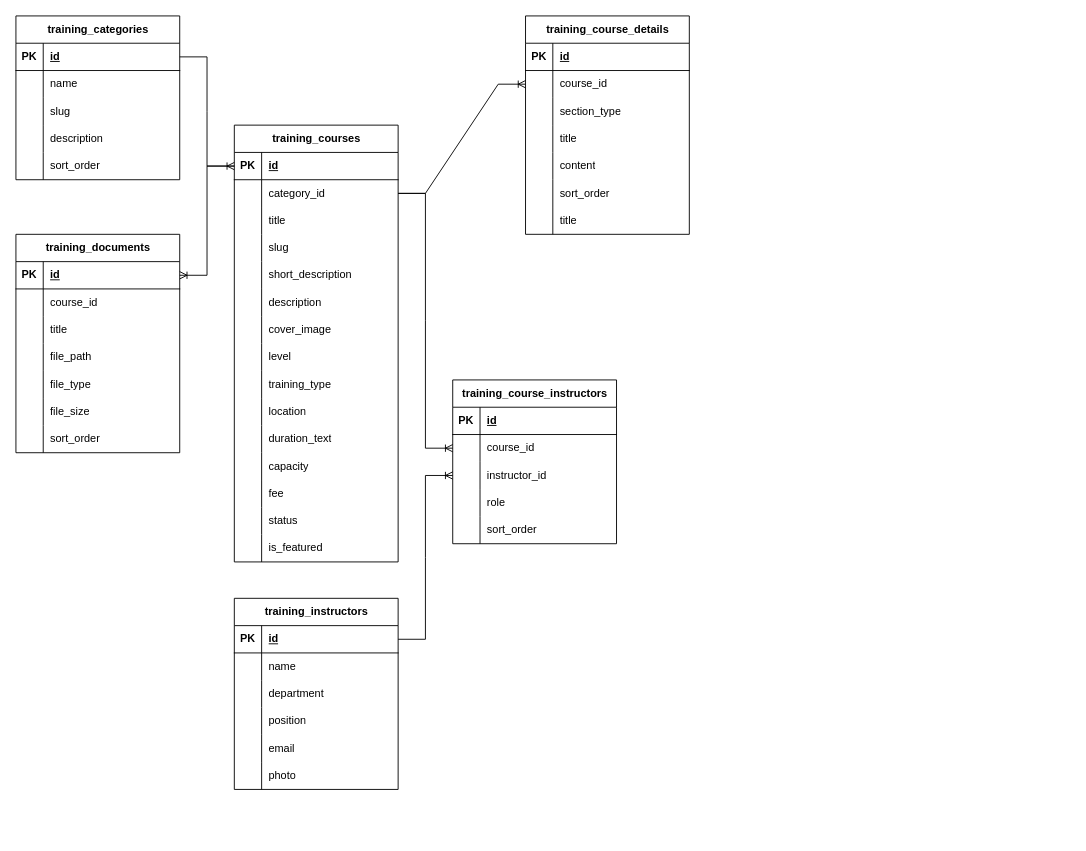
amnatkaeophupha/training.sci.aru.ac.th keeps this draw.io diagram as Diagram.drawio. Above is the earlier version. Source tidied: cells renumbered, new cells numbered last; positions are measured from the earlier drawing's top-left corner, leaving out a move shared by most shapes. Both pictures are drawn from the tidied source at 91%, with x=0, y=0 at pixel (15, 15).
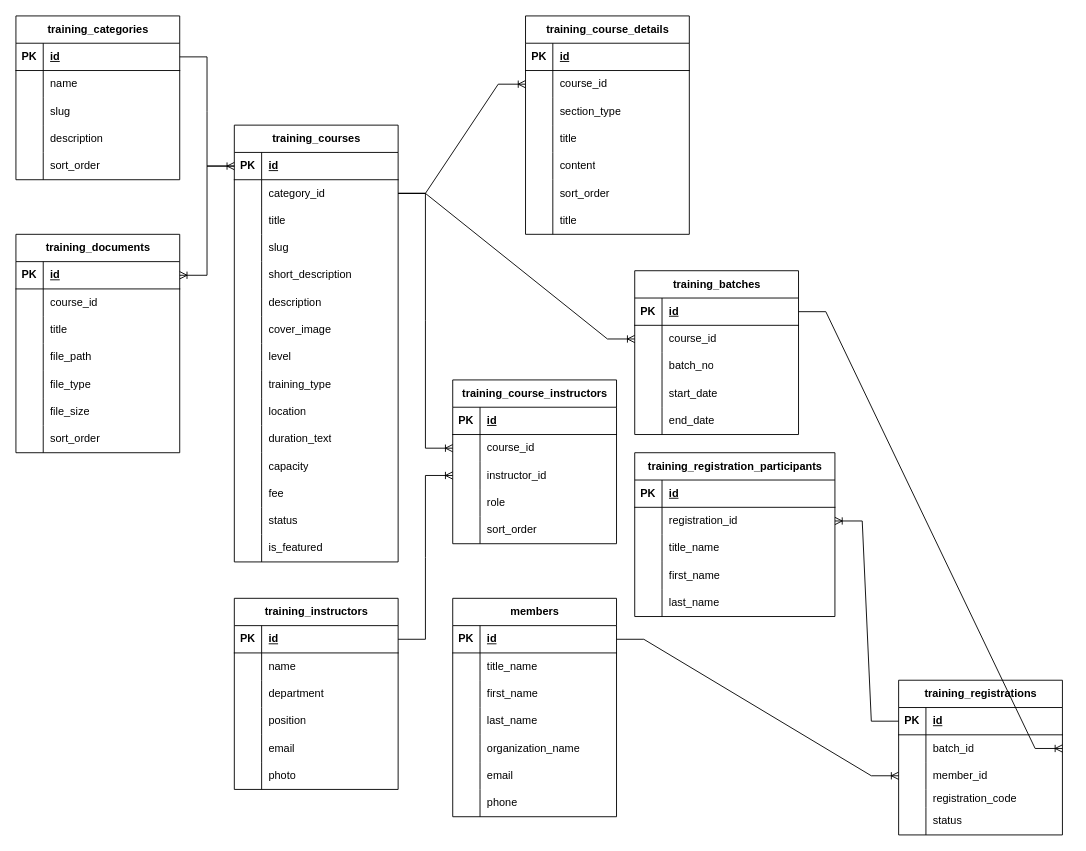
The same page after the edit.

Commit message (it also covers changes not shown here):
add admin training categories and course index page

The change refers to these unchanged cells:
```xml
<mxCell id="22" style="shape=tableRow;horizontal=0;startSize=0;swimlaneHead=0;swimlaneBody=0;fillColor=none;points=[[0,0.5],[1,0.5]];portConstraint=eastwest;top=0;left=0;right=0;bottom=0;" parent="18" vertex="1">
  <mxGeometry y="60" width="180" height="30" as="geometry" />
</mxCell>
```

What changed in the source:
```diff
@@
+    <mxCell id="148" value="members" style="shape=table;startSize=30;childLayout=tableLayout;rowLines=0;fontStyle=1;align=center;html=1;" parent="1" vertex="1">
+      <mxGeometry x="480" y="640" width="180" height="240" as="geometry" />
+    </mxCell>
+    <mxCell id="149" style="shape=tableRow;horizontal=0;startSize=0;swimlaneHead=0;swimlaneBody=0;fillColor=none;points=[[0,0.5],[1,0.5]];portConstraint=eastwest;top=0;left=0;right=0;bottom=1;" parent="148" vertex="1">
+      <mxGeometry y="30" width="180" height="30" as="geometry" />
+    </mxCell>
+    <mxCell id="150" value="PK" style="shape=partialRectangle;fillColor=none;top=0;left=0;bottom=0;right=0;fontStyle=1;overflow=hidden;whiteSpace=wrap;html=1;" parent="149" vertex="1">
+      <mxGeometry width="30" height="30" as="geometry" />
+    </mxCell>
+    <mxCell id="151" value="id" style="shape=partialRectangle;fillColor=none;top=0;left=0;bottom=0;right=0;align=left;spacingLeft=6;fontStyle=5;overflow=hidden;whiteSpace=wrap;html=1;" parent="149" vertex="1">
+      <mxGeometry x="30" width="150" height="30" as="geometry" />
+    </mxCell>
+    <mxCell id="152" style="shape=tableRow;horizontal=0;startSize=0;swimlaneHead=0;swimlaneBody=0;fillColor=none;top=0;left=0;right=0;bottom=0;" parent="148" vertex="1">
+      <mxGeometry y="60" width="180" height="30" as="geometry" />
+    </mxCell>
+    <mxCell id="153" style="shape=partialRectangle;fillColor=none;top=0;left=0;bottom=0;right=0;overflow=hidden;whiteSpace=wrap;html=1;" parent="152" vertex="1">
+      <mxGeometry width="30" height="30" as="geometry" />
+    </mxCell>
+    <mxCell id="154" value="title_name" style="shape=partialRectangle;fillColor=none;top=0;left=0;bottom=0;right=0;align=left;spacingLeft=6;overflow=hidden;whiteSpace=wrap;html=1;" parent="152" vertex="1">
+      <mxGeometry x="30" width="150" height="30" as="geometry" />
+    </mxCell>
+    <mxCell id="155" style="shape=tableRow;horizontal=0;startSize=0;swimlaneHead=0;swimlaneBody=0;fillColor=none;top=0;left=0;right=0;bottom=0;" parent="148" vertex="1">
+      <mxGeometry y="90" width="180" height="30" as="geometry" />
+    </mxCell>
+    <mxCell id="156" style="shape=partialRectangle;fillColor=none;top=0;left=0;bottom=0;right=0;overflow=hidden;whiteSpace=wrap;html=1;" parent="155" vertex="1">
+      <mxGeometry width="30" height="30" as="geometry" />
+    </mxCell>
+    <mxCell id="157" value="first_name" style="shape=partialRectangle;fillColor=none;top=0;left=0;bottom=0;right=0;align=left;spacingLeft=6;overflow=hidden;whiteSpace=wrap;html=1;" parent="155" vertex="1">
+      <mxGeometry x="30" width="150" height="30" as="geometry" />
+    </mxCell>
+    <mxCell id="158" style="shape=tableRow;horizontal=0;startSize=0;swimlaneHead=0;swimlaneBody=0;fillColor=none;top=0;left=0;right=0;bottom=0;" parent="148" vertex="1">
+      <mxGeometry y="120" width="180" height="30" as="geometry" />
+    </mxCell>
+    <mxCell id="159" style="shape=partialRectangle;fillColor=none;top=0;left=0;bottom=0;right=0;overflow=hidden;whiteSpace=wrap;html=1;" parent="158" vertex="1">
+      <mxGeometry width="30" height="30" as="geometry" />
+    </mxCell>
+    <mxCell id="160" value="last_name" style="shape=partialRectangle;fillColor=none;top=0;left=0;bottom=0;right=0;align=left;spacingLeft=6;overflow=hidden;whiteSpace=wrap;html=1;" parent="158" vertex="1">
+      <mxGeometry x="30" width="150" height="30" as="geometry" />
+    </mxCell>
+    <mxCell id="161" style="shape=tableRow;horizontal=0;startSize=0;swimlaneHead=0;swimlaneBody=0;fillColor=none;top=0;left=0;right=0;bottom=0;" parent="148" vertex="1">
+      <mxGeometry y="150" width="180" height="30" as="geometry" />
+    </mxCell>
+    <mxCell id="162" style="shape=partialRectangle;fillColor=none;top=0;left=0;bottom=0;right=0;overflow=hidden;whiteSpace=wrap;html=1;" parent="161" vertex="1">
+      <mxGeometry width="30" height="30" as="geometry" />
+    </mxCell>
+    <mxCell id="163" value="organization_name" style="shape=partialRectangle;fillColor=none;top=0;left=0;bottom=0;right=0;align=left;spacingLeft=6;overflow=hidden;whiteSpace=wrap;html=1;" parent="161" vertex="1">
+      <mxGeometry x="30" width="150" height="30" as="geometry" />
+    </mxCell>
+    <mxCell id="164" style="shape=tableRow;horizontal=0;startSize=0;swimlaneHead=0;swimlaneBody=0;fillColor=none;top=0;left=0;right=0;bottom=0;" parent="148" vertex="1">
+      <mxGeometry y="180" width="180" height="30" as="geometry" />
+    </mxCell>
+    <mxCell id="165" style="shape=partialRectangle;fillColor=none;top=0;left=0;bottom=0;right=0;overflow=hidden;whiteSpace=wrap;html=1;" parent="164" vertex="1">
+      <mxGeometry width="30" height="30" as="geometry" />
+    </mxCell>
+    <mxCell id="166" value="email" style="shape=partialRectangle;fillColor=none;top=0;left=0;bottom=0;right=0;align=left;spacingLeft=6;overflow=hidden;whiteSpace=wrap;html=1;" parent="164" vertex="1">
+      <mxGeometry x="30" width="150" height="30" as="geometry" />
+    </mxCell>
+    <mxCell id="167" style="shape=tableRow;horizontal=0;startSize=0;swimlaneHead=0;swimlaneBody=0;fillColor=none;top=0;left=0;right=0;bottom=0;" parent="148" vertex="1">
+      <mxGeometry y="210" width="180" height="30" as="geometry" />
+    </mxCell>
+    <mxCell id="168" style="shape=partialRectangle;fillColor=none;top=0;left=0;bottom=0;right=0;overflow=hidden;whiteSpace=wrap;html=1;" parent="167" vertex="1">
+      <mxGeometry width="30" height="30" as="geometry" />
+    </mxCell>
+    <mxCell id="169" value="phone" style="shape=partialRectangle;fillColor=none;top=0;left=0;bottom=0;right=0;align=left;spacingLeft=6;overflow=hidden;whiteSpace=wrap;html=1;" parent="167" vertex="1">
+      <mxGeometry x="30" width="150" height="30" as="geometry" />
+    </mxCell>
+    <mxCell id="170" value="training_registrations" style="shape=table;startSize=30;childLayout=tableLayout;rowLines=0;fontStyle=1;align=center;html=1;" parent="1" vertex="1">
+      <mxGeometry x="970" y="730" width="180" height="170" as="geometry" />
+    </mxCell>
+    <mxCell id="171" style="shape=tableRow;horizontal=0;startSize=0;swimlaneHead=0;swimlaneBody=0;fillColor=none;points=[[0,0.5],[1,0.5]];portConstraint=eastwest;top=0;left=0;right=0;bottom=1;" parent="170" vertex="1">
+      <mxGeometry y="30" width="180" height="30" as="geometry" />
+    </mxCell>
+    <mxCell id="172" value="PK" style="shape=partialRectangle;fillColor=none;top=0;left=0;bottom=0;right=0;fontStyle=1;overflow=hidden;whiteSpace=wrap;html=1;" parent="171" vertex="1">
+      <mxGeometry width="30" height="30" as="geometry" />
+    </mxCell>
+    <mxCell id="173" value="id" style="shape=partialRectangle;fillColor=none;top=0;left=0;bottom=0;right=0;align=left;spacingLeft=6;fontStyle=5;overflow=hidden;whiteSpace=wrap;html=1;" parent="171" vertex="1">
+      <mxGeometry x="30" width="150" height="30" as="geometry" />
+    </mxCell>
+    <mxCell id="174" style="shape=tableRow;horizontal=0;startSize=0;swimlaneHead=0;swimlaneBody=0;fillColor=none;points=[[0,0.5],[1,0.5]];portConstraint=eastwest;top=0;left=0;right=0;bottom=0;" parent="170" vertex="1">
+      <mxGeometry y="60" width="180" height="30" as="geometry" />
+    </mxCell>
+    <mxCell id="175" style="shape=partialRectangle;fillColor=none;top=0;left=0;bottom=0;right=0;overflow=hidden;whiteSpace=wrap;html=1;" parent="174" vertex="1">
+      <mxGeometry width="30" height="30" as="geometry" />
+    </mxCell>
+    <mxCell id="176" value="batch_id" style="shape=partialRectangle;fillColor=none;top=0;left=0;bottom=0;right=0;align=left;spacingLeft=6;overflow=hidden;whiteSpace=wrap;html=1;" parent="174" vertex="1">
+      <mxGeometry x="30" width="150" height="30" as="geometry" />
+    </mxCell>
+    <mxCell id="177" style="shape=tableRow;horizontal=0;startSize=0;swimlaneHead=0;swimlaneBody=0;fillColor=none;points=[[0,0.5],[1,0.5]];portConstraint=eastwest;top=0;left=0;right=0;bottom=0;" parent="170" vertex="1">
+      <mxGeometry y="90" width="180" height="30" as="geometry" />
+    </mxCell>
+    <mxCell id="178" style="shape=partialRectangle;fillColor=none;top=0;left=0;bottom=0;right=0;overflow=hidden;whiteSpace=wrap;html=1;" parent="177" vertex="1">
+      <mxGeometry width="30" height="30" as="geometry" />
+    </mxCell>
+    <mxCell id="179" value="member_id" style="shape=partialRectangle;fillColor=none;top=0;left=0;bottom=0;right=0;align=left;spacingLeft=6;overflow=hidden;whiteSpace=wrap;html=1;" parent="177" vertex="1">
+      <mxGeometry x="30" width="150" height="30" as="geometry" />
+    </mxCell>
+    <mxCell id="180" style="shape=tableRow;horizontal=0;startSize=0;swimlaneHead=0;swimlaneBody=0;fillColor=none;top=0;left=0;right=0;bottom=0;" parent="170" vertex="1">
+      <mxGeometry y="120" width="180" height="20" as="geometry" />
+    </mxCell>
+    <mxCell id="181" style="shape=partialRectangle;fillColor=none;top=0;left=0;bottom=0;right=0;overflow=hidden;whiteSpace=wrap;html=1;" parent="180" vertex="1">
+      <mxGeometry width="30" height="20" as="geometry" />
+    </mxCell>
+    <mxCell id="182" value="registration_code" style="shape=partialRectangle;fillColor=none;top=0;left=0;bottom=0;right=0;align=left;spacingLeft=6;overflow=hidden;whiteSpace=wrap;html=1;" parent="180" vertex="1">
+      <mxGeometry x="30" width="150" height="20" as="geometry" />
+    </mxCell>
+    <mxCell id="183" style="shape=tableRow;horizontal=0;startSize=0;swimlaneHead=0;swimlaneBody=0;fillColor=none;top=0;left=0;right=0;bottom=0;" parent="170" vertex="1">
+      <mxGeometry y="140" width="180" height="30" as="geometry" />
+    </mxCell>
+    <mxCell id="184" style="shape=partialRectangle;fillColor=none;top=0;left=0;bottom=0;right=0;overflow=hidden;whiteSpace=wrap;html=1;" parent="183" vertex="1">
+      <mxGeometry width="30" height="30" as="geometry" />
+    </mxCell>
+    <mxCell id="185" value="status" style="shape=partialRectangle;fillColor=none;top=0;left=0;bottom=0;right=0;align=left;spacingLeft=6;overflow=hidden;whiteSpace=wrap;html=1;" parent="183" vertex="1">
+      <mxGeometry x="30" width="150" height="30" as="geometry" />
+    </mxCell>
+    <mxCell id="186" value="training_batches" style="shape=table;startSize=30;childLayout=tableLayout;rowLines=0;fontStyle=1;align=center;html=1;" parent="1" vertex="1">
+      <mxGeometry x="680" y="280" width="180" height="180" as="geometry" />
+    </mxCell>
+    <mxCell id="187" style="shape=tableRow;horizontal=0;startSize=0;swimlaneHead=0;swimlaneBody=0;fillColor=none;points=[[0,0.5],[1,0.5]];portConstraint=eastwest;top=0;left=0;right=0;bottom=1;" parent="186" vertex="1">
+      <mxGeometry y="30" width="180" height="30" as="geometry" />
+    </mxCell>
+    <mxCell id="188" value="PK" style="shape=partialRectangle;fillColor=none;top=0;left=0;bottom=0;right=0;fontStyle=1;overflow=hidden;whiteSpace=wrap;html=1;" parent="187" vertex="1">
+      <mxGeometry width="30" height="30" as="geometry" />
+    </mxCell>
+    <mxCell id="189" value="id" style="shape=partialRectangle;fillColor=none;top=0;left=0;bottom=0;right=0;align=left;spacingLeft=6;fontStyle=5;overflow=hidden;whiteSpace=wrap;html=1;" parent="187" vertex="1">
+      <mxGeometry x="30" width="150" height="30" as="geometry" />
+    </mxCell>
+    <mxCell id="190" style="shape=tableRow;horizontal=0;startSize=0;swimlaneHead=0;swimlaneBody=0;fillColor=none;points=[[0,0.5],[1,0.5]];portConstraint=eastwest;top=0;left=0;right=0;bottom=0;" parent="186" vertex="1">
+      <mxGeometry y="60" width="180" height="30" as="geometry" />
+    </mxCell>
+    <mxCell id="191" style="shape=partialRectangle;fillColor=none;top=0;left=0;bottom=0;right=0;overflow=hidden;whiteSpace=wrap;html=1;" parent="190" vertex="1">
+      <mxGeometry width="30" height="30" as="geometry" />
+    </mxCell>
+    <mxCell id="192" value="course_id" style="shape=partialRectangle;fillColor=none;top=0;left=0;bottom=0;right=0;align=left;spacingLeft=6;overflow=hidden;whiteSpace=wrap;html=1;" parent="190" vertex="1">
+      <mxGeometry x="30" width="150" height="30" as="geometry" />
+    </mxCell>
+    <mxCell id="193" style="shape=tableRow;horizontal=0;startSize=0;swimlaneHead=0;swimlaneBody=0;fillColor=none;top=0;left=0;right=0;bottom=0;" parent="186" vertex="1">
+      <mxGeometry y="90" width="180" height="30" as="geometry" />
+    </mxCell>
+    <mxCell id="194" style="shape=partialRectangle;fillColor=none;top=0;left=0;bottom=0;right=0;overflow=hidden;whiteSpace=wrap;html=1;" parent="193" vertex="1">
+      <mxGeometry width="30" height="30" as="geometry" />
+    </mxCell>
+    <mxCell id="195" value="batch_no" style="shape=partialRectangle;fillColor=none;top=0;left=0;bottom=0;right=0;align=left;spacingLeft=6;overflow=hidden;whiteSpace=wrap;html=1;" parent="193" vertex="1">
+      <mxGeometry x="30" width="150" height="30" as="geometry" />
+    </mxCell>
+    <mxCell id="196" style="shape=tableRow;horizontal=0;startSize=0;swimlaneHead=0;swimlaneBody=0;fillColor=none;top=0;left=0;right=0;bottom=0;" parent="186" vertex="1">
+      <mxGeometry y="120" width="180" height="30" as="geometry" />
+    </mxCell>
+    <mxCell id="197" style="shape=partialRectangle;fillColor=none;top=0;left=0;bottom=0;right=0;overflow=hidden;whiteSpace=wrap;html=1;" parent="196" vertex="1">
+      <mxGeometry width="30" height="30" as="geometry" />
+    </mxCell>
+    <mxCell id="198" value="start_date" style="shape=partialRectangle;fillColor=none;top=0;left=0;bottom=0;right=0;align=left;spacingLeft=6;overflow=hidden;whiteSpace=wrap;html=1;" parent="196" vertex="1">
+      <mxGeometry x="30" width="150" height="30" as="geometry" />
+    </mxCell>
+    <mxCell id="199" style="shape=tableRow;horizontal=0;startSize=0;swimlaneHead=0;swimlaneBody=0;fillColor=none;top=0;left=0;right=0;bottom=0;" parent="186" vertex="1">
+      <mxGeometry y="150" width="180" height="30" as="geometry" />
+    </mxCell>
+    <mxCell id="200" style="shape=partialRectangle;fillColor=none;top=0;left=0;bottom=0;right=0;overflow=hidden;whiteSpace=wrap;html=1;" parent="199" vertex="1">
+      <mxGeometry width="30" height="30" as="geometry" />
+    </mxCell>
+    <mxCell id="201" value="end_date" style="shape=partialRectangle;fillColor=none;top=0;left=0;bottom=0;right=0;align=left;spacingLeft=6;overflow=hidden;whiteSpace=wrap;html=1;" parent="199" vertex="1">
+      <mxGeometry x="30" width="150" height="30" as="geometry" />
+    </mxCell>
+    <mxCell id="202" style="edgeStyle=entityRelationEdgeStyle;fontSize=12;html=1;endArrow=ERoneToMany;rounded=0;exitX=1;exitY=0.5;exitDx=0;exitDy=0;" parent="1" edge="1" source="22" target="190">
+      <mxGeometry relative="1" as="geometry" />
+    </mxCell>
+    <mxCell id="203" style="edgeStyle=entityRelationEdgeStyle;fontSize=12;html=1;endArrow=ERoneToMany;rounded=0;exitX=1;exitY=0.5;exitDx=0;exitDy=0;entryX=1;entryY=0.5;entryDx=0;entryDy=0;" parent="1" edge="1" source="187" target="174">
+      <mxGeometry relative="1" as="geometry" />
+    </mxCell>
+    <mxCell id="204" style="edgeStyle=entityRelationEdgeStyle;fontSize=12;html=1;endArrow=ERoneToMany;rounded=0;" parent="1" edge="1" source="149" target="177">
+      <mxGeometry relative="1" as="geometry" />
+    </mxCell>
+    <mxCell id="205" value="training_registration_participants" style="shape=table;startSize=30;childLayout=tableLayout;rowLines=0;fontStyle=1;align=center;html=1;" parent="1" vertex="1">
+      <mxGeometry x="680" y="480" width="220" height="180" as="geometry" />
+    </mxCell>
+    <mxCell id="206" style="shape=tableRow;horizontal=0;startSize=0;swimlaneHead=0;swimlaneBody=0;fillColor=none;top=0;left=0;right=0;bottom=1;" parent="205" vertex="1">
+      <mxGeometry y="30" width="220" height="30" as="geometry" />
+    </mxCell>
+    <mxCell id="207" value="PK" style="shape=partialRectangle;fillColor=none;top=0;left=0;bottom=0;right=0;fontStyle=1;overflow=hidden;whiteSpace=wrap;html=1;" parent="206" vertex="1">
+      <mxGeometry width="30" height="30" as="geometry" />
+    </mxCell>
+    <mxCell id="208" value="id" style="shape=partialRectangle;fillColor=none;top=0;left=0;bottom=0;right=0;align=left;spacingLeft=6;fontStyle=5;overflow=hidden;whiteSpace=wrap;html=1;" parent="206" vertex="1">
+      <mxGeometry x="30" width="190" height="30" as="geometry" />
+    </mxCell>
+    <mxCell id="209" style="shape=tableRow;horizontal=0;startSize=0;swimlaneHead=0;swimlaneBody=0;fillColor=none;points=[[0,0.5],[1,0.5]];portConstraint=eastwest;top=0;left=0;right=0;bottom=0;" parent="205" vertex="1">
+      <mxGeometry y="60" width="220" height="30" as="geometry" />
+    </mxCell>
+    <mxCell id="210" style="shape=partialRectangle;fillColor=none;top=0;left=0;bottom=0;right=0;overflow=hidden;whiteSpace=wrap;html=1;" parent="209" vertex="1">
+      <mxGeometry width="30" height="30" as="geometry" />
+    </mxCell>
+    <mxCell id="211" value="registration_id" style="shape=partialRectangle;fillColor=none;top=0;left=0;bottom=0;right=0;align=left;spacingLeft=6;overflow=hidden;whiteSpace=wrap;html=1;" parent="209" vertex="1">
+      <mxGeometry x="30" width="190" height="30" as="geometry" />
+    </mxCell>
+    <mxCell id="212" style="shape=tableRow;horizontal=0;startSize=0;swimlaneHead=0;swimlaneBody=0;fillColor=none;top=0;left=0;right=0;bottom=0;" parent="205" vertex="1">
+      <mxGeometry y="90" width="220" height="30" as="geometry" />
+    </mxCell>
+    <mxCell id="213" style="shape=partialRectangle;fillColor=none;top=0;left=0;bottom=0;right=0;overflow=hidden;whiteSpace=wrap;html=1;" parent="212" vertex="1">
+      <mxGeometry width="30" height="30" as="geometry" />
+    </mxCell>
+    <mxCell id="214" value="title_name" style="shape=partialRectangle;fillColor=none;top=0;left=0;bottom=0;right=0;align=left;spacingLeft=6;overflow=hidden;whiteSpace=wrap;html=1;" parent="212" vertex="1">
+      <mxGeometry x="30" width="190" height="30" as="geometry" />
+    </mxCell>
+    <mxCell id="215" style="shape=tableRow;horizontal=0;startSize=0;swimlaneHead=0;swimlaneBody=0;fillColor=none;top=0;left=0;right=0;bottom=0;" parent="205" vertex="1">
+      <mxGeometry y="120" width="220" height="30" as="geometry" />
+    </mxCell>
+    <mxCell id="216" style="shape=partialRectangle;fillColor=none;top=0;left=0;bottom=0;right=0;overflow=hidden;whiteSpace=wrap;html=1;" parent="215" vertex="1">
+      <mxGeometry width="30" height="30" as="geometry" />
+    </mxCell>
+    <mxCell id="217" value="first_name" style="shape=partialRectangle;fillColor=none;top=0;left=0;bottom=0;right=0;align=left;spacingLeft=6;overflow=hidden;whiteSpace=wrap;html=1;" parent="215" vertex="1">
+      <mxGeometry x="30" width="190" height="30" as="geometry" />
+    </mxCell>
+    <mxCell id="218" style="shape=tableRow;horizontal=0;startSize=0;swimlaneHead=0;swimlaneBody=0;fillColor=none;top=0;left=0;right=0;bottom=0;" parent="205" vertex="1">
+      <mxGeometry y="150" width="220" height="30" as="geometry" />
+    </mxCell>
+    <mxCell id="219" style="shape=partialRectangle;fillColor=none;top=0;left=0;bottom=0;right=0;overflow=hidden;whiteSpace=wrap;html=1;" parent="218" vertex="1">
+      <mxGeometry width="30" height="30" as="geometry" />
+    </mxCell>
+    <mxCell id="220" value="last_name" style="shape=partialRectangle;fillColor=none;top=0;left=0;bottom=0;right=0;align=left;spacingLeft=6;overflow=hidden;whiteSpace=wrap;html=1;" parent="218" vertex="1">
+      <mxGeometry x="30" width="190" height="30" as="geometry" />
+    </mxCell>
+    <mxCell id="221" style="edgeStyle=entityRelationEdgeStyle;fontSize=12;html=1;endArrow=ERoneToMany;rounded=0;exitX=0;exitY=0.5;exitDx=0;exitDy=0;" parent="1" edge="1" source="171" target="209">
+      <mxGeometry relative="1" as="geometry" />
+    </mxCell>
```
